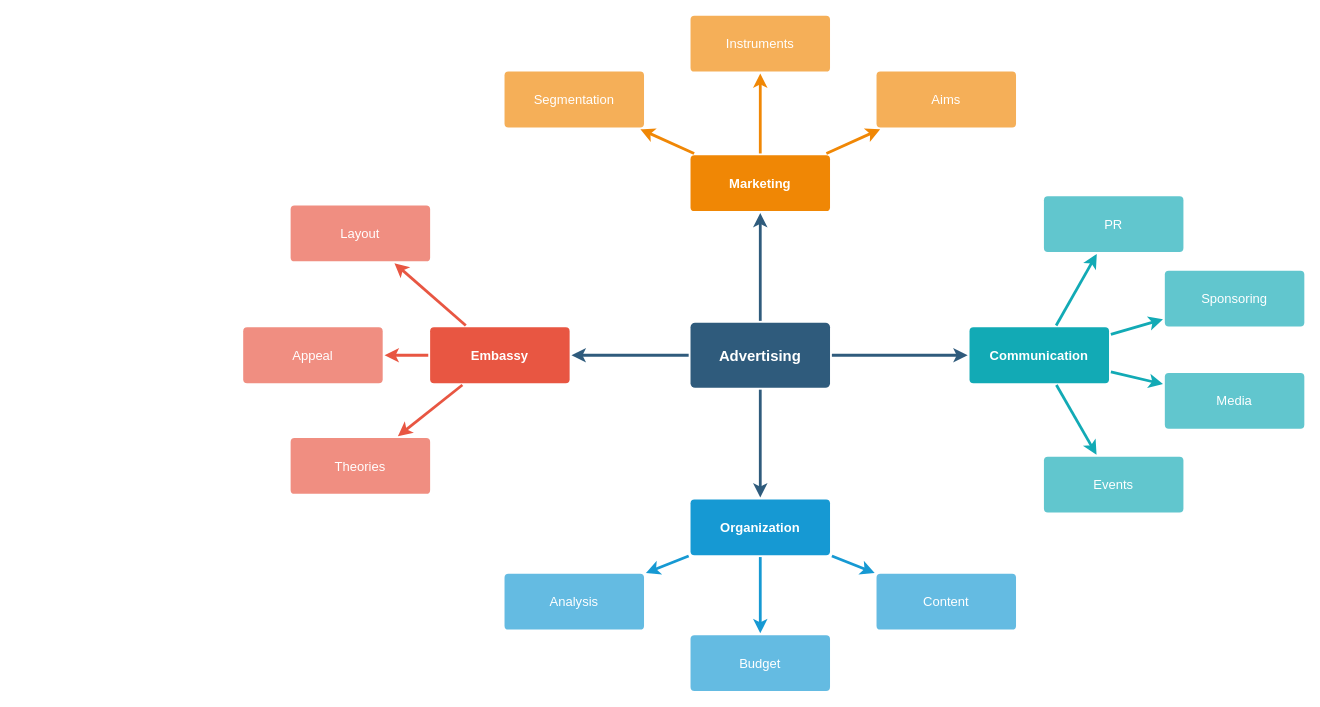
Before: ES-AKA.drawio in cld4h/draw.io-documents, a draw.io diagram. Source tidied: cells renumbered, new cells numbered last; positions are measured from the earlier drawing's top-left corner, leaving out a move shared by most shapes. Both pictures are drawn from the tidied source at 93%, with x=0, y=0 at pixel (243, 15).
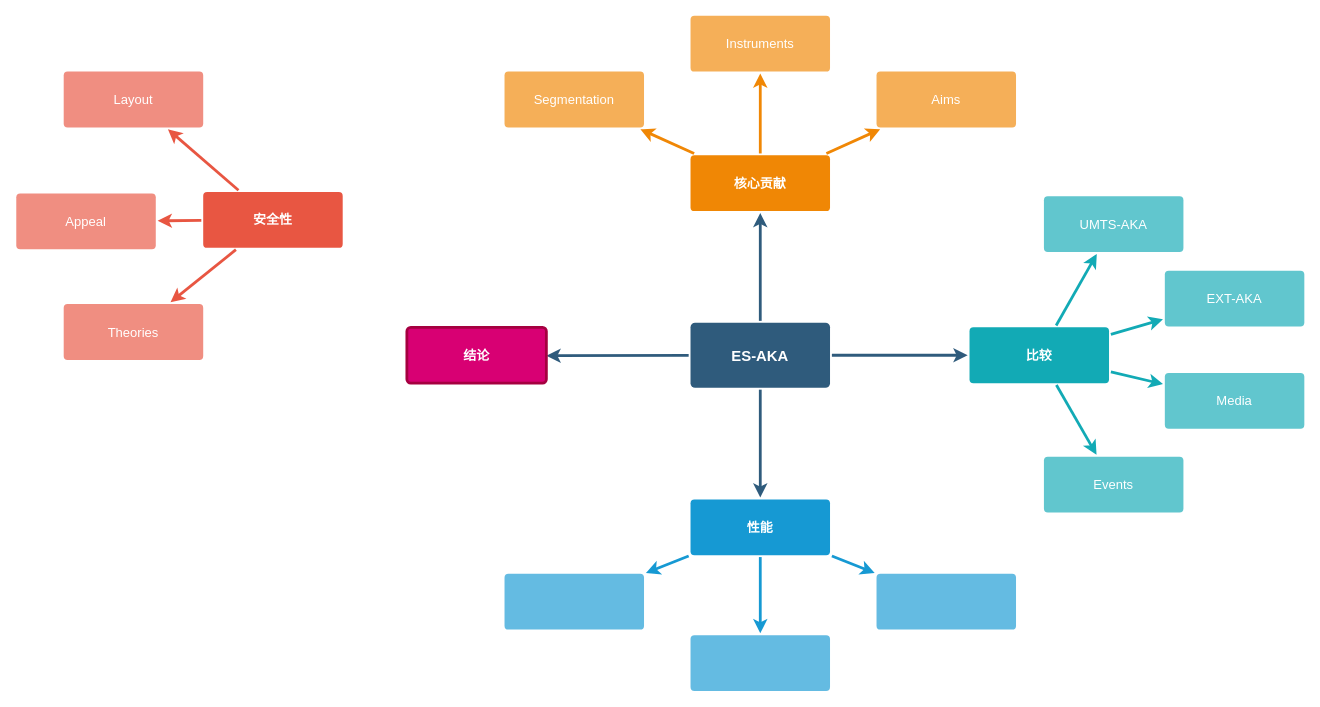
Above is the later version.

Diff of the diagram source:
```diff
@@
-    <mxCell id="5" style="edgeStyle=none;rounded=0;jumpStyle=none;html=1;shadow=0;labelBackgroundColor=none;startArrow=none;startFill=0;endArrow=classic;endFill=1;jettySize=auto;strokeColor=#2F5B7C;strokeWidth=3;fontFamily=Helvetica;fontSize=16;fontColor=#23445D;spacing=5;" parent="1" edge="1" source="6" target="10">
-      <mxGeometry relative="1" as="geometry" />
+    <mxCell id="5" style="edgeStyle=none;rounded=0;jumpStyle=none;html=1;shadow=0;labelBackgroundColor=none;startArrow=none;startFill=0;endArrow=classic;endFill=1;jettySize=auto;strokeColor=#2F5B7C;strokeWidth=3;fontFamily=Helvetica;fontSize=16;fontColor=#23445D;spacing=5;" parent="1" edge="1" source="6">
+      <mxGeometry relative="1" as="geometry">
+        <mxPoint x="326" y="366" as="targetPoint" />
+      </mxGeometry>
     </mxCell>
-    <mxCell id="6" value="Advertising" style="rounded=1;whiteSpace=wrap;html=1;shadow=0;labelBackgroundColor=none;strokeColor=none;strokeWidth=3;fillColor=#2F5B7C;fontFamily=Helvetica;fontSize=16;fontColor=#FFFFFF;align=center;fontStyle=1;spacing=5;arcSize=7;perimeterSpacing=2;" parent="1" vertex="1">
+    <mxCell id="6" value="ES-AKA" style="rounded=1;whiteSpace=wrap;html=1;shadow=0;labelBackgroundColor=none;strokeColor=none;strokeWidth=3;fillColor=#2F5B7C;fontFamily=Helvetica;fontSize=16;fontColor=#FFFFFF;align=center;fontStyle=1;spacing=5;arcSize=7;perimeterSpacing=2;" parent="1" vertex="1">
       <mxGeometry x="481" y="330.5" width="150" height="70" as="geometry" />
     </mxCell>
@@
-    <mxCell id="10" value="Embassy" style="rounded=1;whiteSpace=wrap;html=1;shadow=0;labelBackgroundColor=none;strokeColor=none;strokeWidth=3;fillColor=#e85642;fontFamily=Helvetica;fontSize=14;fontColor=#FFFFFF;align=center;spacing=5;fontStyle=1;arcSize=7;perimeterSpacing=2;" parent="1" vertex="1">
-      <mxGeometry x="201" y="335.5" width="150" height="60" as="geometry" />
+    <mxCell id="10" value="安全性" style="rounded=1;whiteSpace=wrap;html=1;shadow=0;labelBackgroundColor=none;strokeColor=none;strokeWidth=3;fillColor=#e85642;fontFamily=Helvetica;fontSize=14;fontColor=#FFFFFF;align=center;spacing=5;fontStyle=1;arcSize=7;perimeterSpacing=2;" parent="1" vertex="1">
+      <mxGeometry x="-43" y="190" width="150" height="60" as="geometry" />
     </mxCell>
     <mxCell id="11" value="Theories" style="rounded=1;whiteSpace=wrap;html=1;shadow=0;labelBackgroundColor=none;strokeColor=none;strokeWidth=3;fillColor=#f08e81;fontFamily=Helvetica;fontSize=14;fontColor=#FFFFFF;align=center;spacing=5;fontStyle=0;arcSize=7;perimeterSpacing=2;" parent="1" vertex="1">
-      <mxGeometry x="51" y="454.5" width="150" height="60" as="geometry" />
+      <mxGeometry x="-193" y="310.5" width="150" height="60" as="geometry" />
     </mxCell>
     <mxCell id="12" value="Appeal" style="rounded=1;whiteSpace=wrap;html=1;shadow=0;labelBackgroundColor=none;strokeColor=none;strokeWidth=3;fillColor=#f08e81;fontFamily=Helvetica;fontSize=14;fontColor=#FFFFFF;align=center;spacing=5;fontStyle=0;arcSize=7;perimeterSpacing=2;" parent="1" vertex="1">
-      <mxGeometry y="335.5" width="150" height="60" as="geometry" />
+      <mxGeometry x="-244" y="191.5" width="150" height="60" as="geometry" />
     </mxCell>
     <mxCell id="13" value="Layout" style="rounded=1;whiteSpace=wrap;html=1;shadow=0;labelBackgroundColor=none;strokeColor=none;strokeWidth=3;fillColor=#f08e81;fontFamily=Helvetica;fontSize=14;fontColor=#FFFFFF;align=center;spacing=5;fontStyle=0;arcSize=7;perimeterSpacing=2;" parent="1" vertex="1">
-      <mxGeometry x="51" y="204.5" width="150" height="60" as="geometry" />
+      <mxGeometry x="-193" y="60.5" width="150" height="60" as="geometry" />
     </mxCell>
@@
-    <mxCell id="17" value="Organization" style="rounded=1;whiteSpace=wrap;html=1;shadow=0;labelBackgroundColor=none;strokeColor=none;strokeWidth=3;fillColor=#1699d3;fontFamily=Helvetica;fontSize=14;fontColor=#FFFFFF;align=center;spacing=5;fontStyle=1;arcSize=7;perimeterSpacing=2;" parent="1" vertex="1">
+    <mxCell id="17" value="性能" style="rounded=1;whiteSpace=wrap;html=1;shadow=0;labelBackgroundColor=none;strokeColor=none;strokeWidth=3;fillColor=#1699d3;fontFamily=Helvetica;fontSize=14;fontColor=#FFFFFF;align=center;spacing=5;fontStyle=1;arcSize=7;perimeterSpacing=2;" parent="1" vertex="1">
       <mxGeometry x="481" y="520.5" width="150" height="60" as="geometry" />
     </mxCell>
-    <mxCell id="18" value="Content" style="rounded=1;whiteSpace=wrap;html=1;shadow=0;labelBackgroundColor=none;strokeColor=none;strokeWidth=3;fillColor=#64bbe2;fontFamily=Helvetica;fontSize=14;fontColor=#FFFFFF;align=center;spacing=5;arcSize=7;perimeterSpacing=2;" parent="1" vertex="1">
+    <mxCell id="18" style="rounded=1;whiteSpace=wrap;html=1;shadow=0;labelBackgroundColor=none;strokeColor=none;strokeWidth=3;fillColor=#64bbe2;fontFamily=Helvetica;fontSize=14;fontColor=#FFFFFF;align=center;spacing=5;arcSize=7;perimeterSpacing=2;" parent="1" vertex="1">
       <mxGeometry x="681" y="600.5" width="150" height="60" as="geometry" />
     </mxCell>
-    <mxCell id="19" value="Budget" style="rounded=1;whiteSpace=wrap;html=1;shadow=0;labelBackgroundColor=none;strokeColor=none;strokeWidth=3;fillColor=#64bbe2;fontFamily=Helvetica;fontSize=14;fontColor=#FFFFFF;align=center;spacing=5;arcSize=7;perimeterSpacing=2;" parent="1" vertex="1">
+    <mxCell id="19" style="rounded=1;whiteSpace=wrap;html=1;shadow=0;labelBackgroundColor=none;strokeColor=none;strokeWidth=3;fillColor=#64bbe2;fontFamily=Helvetica;fontSize=14;fontColor=#FFFFFF;align=center;spacing=5;arcSize=7;perimeterSpacing=2;" parent="1" vertex="1">
       <mxGeometry x="481" y="666.5" width="150" height="60" as="geometry" />
     </mxCell>
-    <mxCell id="20" value="Analysis" style="rounded=1;whiteSpace=wrap;html=1;shadow=0;labelBackgroundColor=none;strokeColor=none;strokeWidth=3;fillColor=#64bbe2;fontFamily=Helvetica;fontSize=14;fontColor=#FFFFFF;align=center;spacing=5;arcSize=7;perimeterSpacing=2;" parent="1" vertex="1">
+    <mxCell id="20" style="rounded=1;whiteSpace=wrap;html=1;shadow=0;labelBackgroundColor=none;strokeColor=none;strokeWidth=3;fillColor=#64bbe2;fontFamily=Helvetica;fontSize=14;fontColor=#FFFFFF;align=center;spacing=5;arcSize=7;perimeterSpacing=2;" parent="1" vertex="1">
       <mxGeometry x="281" y="600.5" width="150" height="60" as="geometry" />
     </mxCell>
-    <mxCell id="21" value="Marketing" style="rounded=1;whiteSpace=wrap;html=1;shadow=0;labelBackgroundColor=none;strokeColor=none;strokeWidth=3;fillColor=#F08705;fontFamily=Helvetica;fontSize=14;fontColor=#FFFFFF;align=center;spacing=5;fontStyle=1;arcSize=7;perimeterSpacing=2;" parent="1" vertex="1">
+    <mxCell id="21" value="核心贡献" style="rounded=1;whiteSpace=wrap;html=1;shadow=0;labelBackgroundColor=none;strokeColor=none;strokeWidth=3;fillColor=#F08705;fontFamily=Helvetica;fontSize=14;fontColor=#FFFFFF;align=center;spacing=5;fontStyle=1;arcSize=7;perimeterSpacing=2;" parent="1" vertex="1">
       <mxGeometry x="481" y="150.5" width="150" height="60" as="geometry" />
     </mxCell>
@@
-    <mxCell id="28" value="Communication" style="rounded=1;whiteSpace=wrap;html=1;shadow=0;labelBackgroundColor=none;strokeColor=none;strokeWidth=3;fillColor=#12aab5;fontFamily=Helvetica;fontSize=14;fontColor=#FFFFFF;align=center;spacing=5;fontStyle=1;arcSize=7;perimeterSpacing=2;" parent="1" vertex="1">
+    <mxCell id="28" value="比较" style="rounded=1;whiteSpace=wrap;html=1;shadow=0;labelBackgroundColor=none;strokeColor=none;strokeWidth=3;fillColor=#12aab5;fontFamily=Helvetica;fontSize=14;fontColor=#FFFFFF;align=center;spacing=5;fontStyle=1;arcSize=7;perimeterSpacing=2;" parent="1" vertex="1">
       <mxGeometry x="781" y="335.5" width="150" height="60" as="geometry" />
     </mxCell>
@@
-    <mxCell id="33" value="Sponsoring" style="rounded=1;whiteSpace=wrap;html=1;shadow=0;labelBackgroundColor=none;strokeColor=none;strokeWidth=3;fillColor=#61c6ce;fontFamily=Helvetica;fontSize=14;fontColor=#FFFFFF;align=center;spacing=5;fontStyle=0;arcSize=7;perimeterSpacing=2;" parent="1" vertex="1">
+    <mxCell id="33" value="EXT-AKA" style="rounded=1;whiteSpace=wrap;html=1;shadow=0;labelBackgroundColor=none;strokeColor=none;strokeWidth=3;fillColor=#61c6ce;fontFamily=Helvetica;fontSize=14;fontColor=#FFFFFF;align=center;spacing=5;fontStyle=0;arcSize=7;perimeterSpacing=2;" parent="1" vertex="1">
       <mxGeometry x="991" y="274.5" width="150" height="60" as="geometry" />
     </mxCell>
@@
-    <mxCell id="35" value="PR" style="rounded=1;whiteSpace=wrap;html=1;shadow=0;labelBackgroundColor=none;strokeColor=none;strokeWidth=3;fillColor=#61c6ce;fontFamily=Helvetica;fontSize=14;fontColor=#FFFFFF;align=center;spacing=5;fontStyle=0;arcSize=7;perimeterSpacing=2;" parent="1" vertex="1">
+    <mxCell id="35" value="UMTS-AKA" style="rounded=1;whiteSpace=wrap;html=1;shadow=0;labelBackgroundColor=none;strokeColor=none;strokeWidth=3;fillColor=#61c6ce;fontFamily=Helvetica;fontSize=14;fontColor=#FFFFFF;align=center;spacing=5;fontStyle=0;arcSize=7;perimeterSpacing=2;" parent="1" vertex="1">
       <mxGeometry x="861" y="194.5" width="150" height="60" as="geometry" />
     </mxCell>
@@
+    <mxCell id="37" value="结论" style="rounded=1;whiteSpace=wrap;html=1;shadow=0;labelBackgroundColor=none;strokeColor=#A50040;strokeWidth=3;fillColor=#d80073;fontFamily=Helvetica;fontSize=14;fontColor=#ffffff;align=center;spacing=5;fontStyle=1;arcSize=7;perimeterSpacing=2;" parent="1" vertex="1">
+      <mxGeometry x="176" y="335.5" width="150" height="60" as="geometry" />
+    </mxCell>
```
